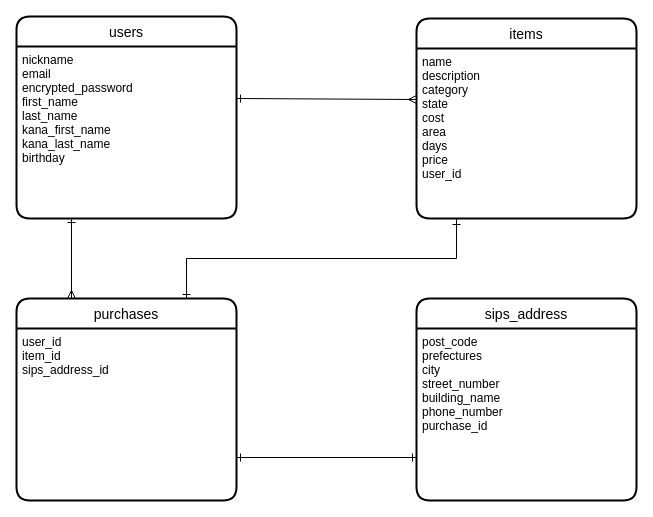
The draw.io diagram test.dio in JINKE-BETAWA/furima-32593, before the edit. Source tidied: cells renumbered, new cells numbered last; positions are measured from the earlier drawing's top-left corner, leaving out a move shared by most shapes. Both pictures are drawn from the tidied source at 100%, with x=0, y=0 at pixel (16, 16).
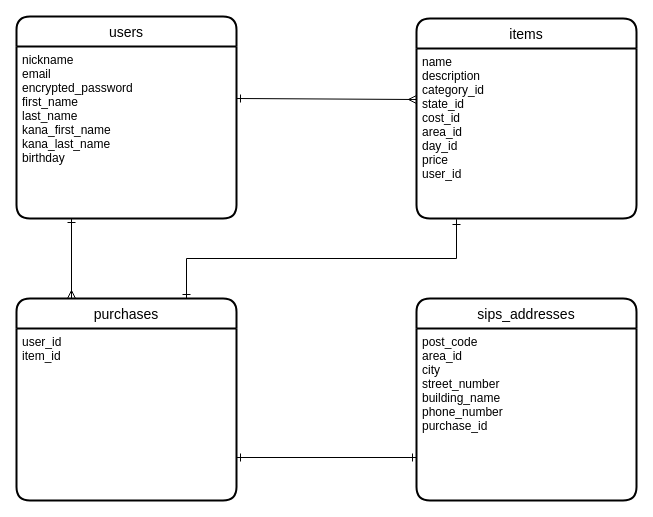
After the change.

Change to the diagram source:
```diff
@@
 <mxGraphModel>
   <root>
     <mxCell id="0" />
     <mxCell id="1" parent="0" />
     <mxCell id="2" value="purchases" style="swimlane;horizontal=1;startSize=30;rounded=1;fontSize=14;fontStyle=0;strokeWidth=2;shadow=0;dashed=0;align=center;sketch=0;" parent="1" vertex="1">
       <mxGeometry y="282" width="220" height="202" as="geometry" />
     </mxCell>
-    <mxCell id="3" value="user_id&#10;item_id&#10;sips_address_id" style="align=left;strokeColor=none;fillColor=none;spacingLeft=4;fontSize=12;verticalAlign=top;" parent="2" vertex="1">
+    <mxCell id="3" value="user_id&#10;item_id" style="align=left;strokeColor=none;fillColor=none;spacingLeft=4;fontSize=12;verticalAlign=top;" parent="2" vertex="1">
       <mxGeometry y="30" width="220" height="172" as="geometry" />
     </mxCell>
-    <mxCell id="4" value="sips_address" style="swimlane;horizontal=1;startSize=30;rounded=1;fontSize=14;fontStyle=0;strokeWidth=2;shadow=0;dashed=0;align=center;sketch=0;" parent="1" vertex="1">
+    <mxCell id="4" value="sips_addresses" style="swimlane;horizontal=1;startSize=30;rounded=1;fontSize=14;fontStyle=0;strokeWidth=2;shadow=0;dashed=0;align=center;sketch=0;" parent="1" vertex="1">
       <mxGeometry x="400" y="282" width="220" height="202" as="geometry" />
     </mxCell>
-    <mxCell id="5" value="post_code&#10;prefectures&#10;city&#10;street_number&#10;building_name&#10;phone_number&#10;purchase_id&#10;&#10;" style="align=left;strokeColor=none;fillColor=none;spacingLeft=4;fontSize=12;verticalAlign=top;" parent="4" vertex="1">
+    <mxCell id="5" value="post_code&#10;area_id&#10;city&#10;street_number&#10;building_name&#10;phone_number&#10;purchase_id&#10;&#10;" style="align=left;strokeColor=none;fillColor=none;spacingLeft=4;fontSize=12;verticalAlign=top;" parent="4" vertex="1">
       <mxGeometry y="30" width="220" height="172" as="geometry" />
     </mxCell>
     <mxCell id="6" style="edgeStyle=orthogonalEdgeStyle;rounded=0;orthogonalLoop=1;jettySize=auto;html=1;startArrow=ERone;startFill=0;endArrow=ERone;endFill=0;" parent="1" edge="1">
       <mxGeometry relative="1" as="geometry">
         <mxPoint x="440" y="212" as="sourcePoint" />
         <mxPoint x="170" y="282" as="targetPoint" />
         <Array as="points">
           <mxPoint x="440" y="203" />
           <mxPoint x="440" y="242" />
           <mxPoint x="170" y="242" />
         </Array>
       </mxGeometry>
     </mxCell>
     <mxCell id="7" style="endArrow=ERmany;html=1;rounded=0;entryX=0;entryY=0.3;entryDx=0;entryDy=0;entryPerimeter=0;endFill=0;startArrow=ERone;startFill=0;" parent="1" edge="1" target="14">
       <mxGeometry relative="1" as="geometry">
         <mxPoint x="220" y="82" as="sourcePoint" />
       </mxGeometry>
     </mxCell>
     <mxCell id="8" style="edgeStyle=orthogonalEdgeStyle;rounded=0;jettySize=auto;html=1;exitX=0.25;exitY=1;exitDx=0;exitDy=0;entryX=0.25;entryY=0;entryDx=0;entryDy=0;startArrow=ERone;startFill=0;endArrow=ERmany;endFill=0;" parent="1" edge="1" source="12" target="2">
       <mxGeometry relative="1" as="geometry" />
     </mxCell>
     <mxCell id="9" style="edgeStyle=orthogonalEdgeStyle;rounded=0;jettySize=auto;html=1;exitX=1;exitY=0.75;exitDx=0;exitDy=0;entryX=0;entryY=0.75;entryDx=0;entryDy=0;startArrow=ERone;startFill=0;endArrow=ERone;endFill=0;" parent="1" edge="1" source="3" target="5">
       <mxGeometry relative="1" as="geometry" />
     </mxCell>
     <mxCell id="10" parent="0" />
     <mxCell id="11" value="users" style="swimlane;horizontal=1;startSize=30;rounded=1;fontSize=14;fontStyle=0;strokeWidth=2;shadow=0;dashed=0;align=center;sketch=0;" parent="10" vertex="1">
       <mxGeometry width="220" height="202" as="geometry" />
     </mxCell>
     <mxCell id="12" value="nickname&#10;email&#10;encrypted_password&#10;first_name&#10;last_name&#10;kana_first_name&#10;kana_last_name&#10;birthday" style="align=left;strokeColor=none;fillColor=none;spacingLeft=4;fontSize=12;verticalAlign=top;" parent="11" vertex="1">
       <mxGeometry y="30" width="220" height="172" as="geometry" />
     </mxCell>
     <mxCell id="13" value="items" style="swimlane;horizontal=1;startSize=30;rounded=1;fontSize=14;fontStyle=0;strokeWidth=2;shadow=0;dashed=0;align=center;sketch=0;" parent="10" vertex="1">
       <mxGeometry x="400" y="2" width="220" height="200" as="geometry" />
     </mxCell>
-    <mxCell id="14" value="name&#10;description&#10;category&#10;state&#10;cost&#10;area&#10;days&#10;price&#10;user_id" style="align=left;strokeColor=none;fillColor=none;spacingLeft=4;fontSize=12;verticalAlign=top;" parent="13" vertex="1">
+    <mxCell id="14" value="name&#10;description&#10;category_id&#10;state_id&#10;cost_id&#10;area_id&#10;day_id&#10;price&#10;user_id" style="align=left;strokeColor=none;fillColor=none;spacingLeft=4;fontSize=12;verticalAlign=top;" parent="13" vertex="1">
       <mxGeometry y="30" width="220" height="170" as="geometry" />
     </mxCell>
   </root>
 </mxGraphModel>
```
